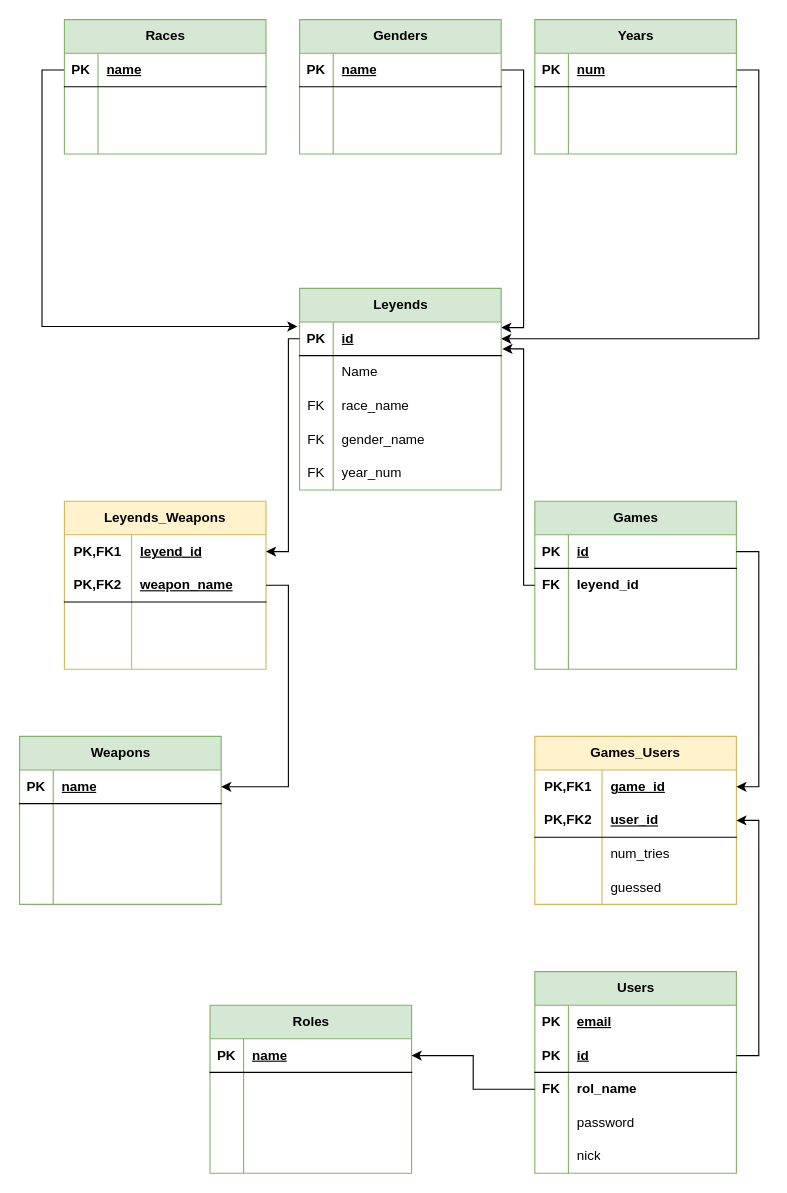
Before: SQL/Diagram/Relational-Model.drawio in Angel-L-G/Brawdle, a draw.io diagram. Source tidied: cells renumbered, new cells numbered last; positions are measured from the earlier drawing's top-left corner, leaving out a move shared by most shapes. Both pictures are drawn from the tidied source at 112%, with x=0, y=0 at pixel (19, 19).
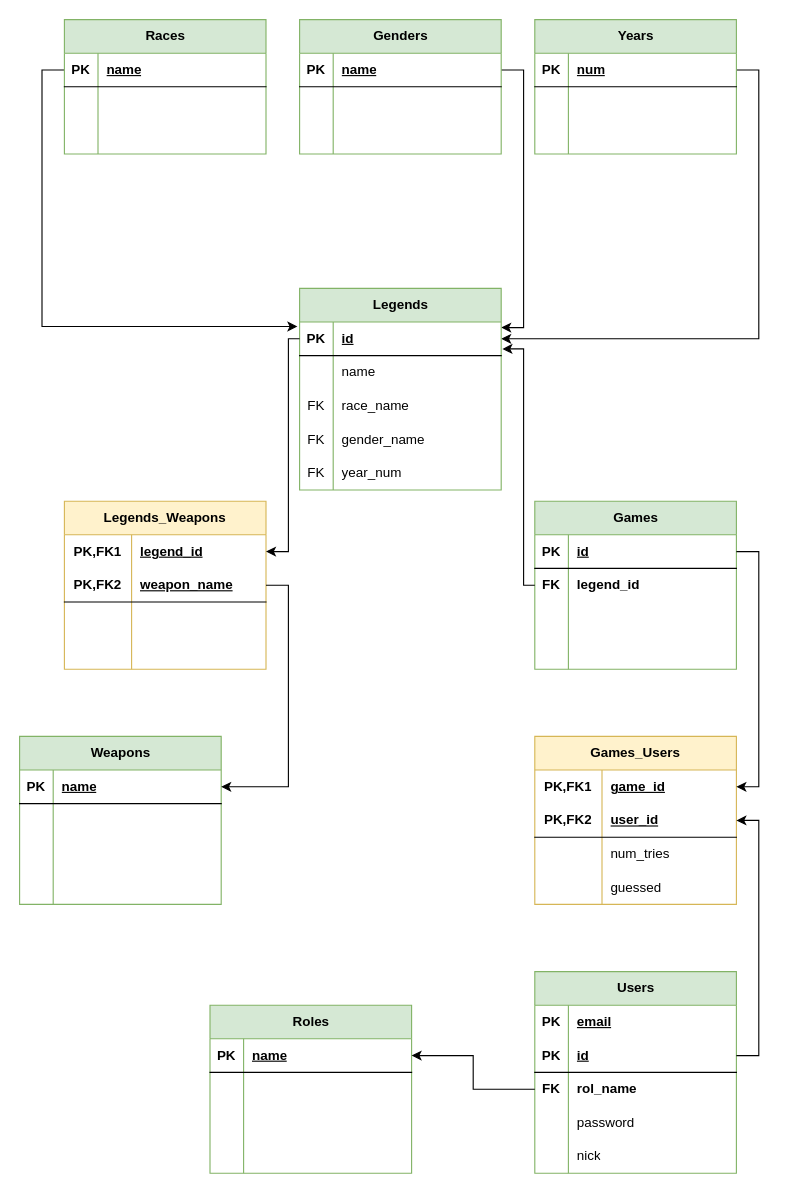
Above is the later version.

Commit message:
refactor: changed the name leyend to legend

Unchanged cells that the change refers to:
```xml
<mxCell id="14" style="shape=tableRow;horizontal=0;startSize=0;swimlaneHead=0;swimlaneBody=0;fillColor=none;points=[[0,0.5],[1,0.5]];portConstraint=eastwest;top=0;left=0;right=0;bottom=0;html=1;" parent="13" vertex="1">
  <mxGeometry y="30" width="180" height="30" as="geometry" />
</mxCell>
<mxCell id="52" style="shape=tableRow;horizontal=0;startSize=0;swimlaneHead=0;swimlaneBody=0;fillColor=none;top=0;left=0;right=0;bottom=0;" parent="48" vertex="1">
  <mxGeometry y="60" width="180" height="30" as="geometry" />
</mxCell>
<mxCell id="83" style="shape=tableRow;horizontal=0;startSize=0;swimlaneHead=0;swimlaneBody=0;fillColor=none;points=[[0,0.5],[1,0.5]];portConstraint=eastwest;top=0;left=0;right=0;bottom=0;" parent="79" vertex="1">
  <mxGeometry y="60" width="180" height="30" as="geometry" />
</mxCell>
```

Change to the diagram source:
```diff
@@
-    <mxCell id="13" value="Leyends_Weapons" style="shape=table;startSize=30;childLayout=tableLayout;rowLines=0;fontStyle=1;align=center;html=1;whiteSpace=wrap;fillColor=#fff2cc;strokeColor=#d6b656;" parent="1" vertex="1">
+    <mxCell id="13" value="Legends_Weapons" style="shape=table;startSize=30;childLayout=tableLayout;rowLines=0;fontStyle=1;align=center;html=1;whiteSpace=wrap;fillColor=#fff2cc;strokeColor=#d6b656;" parent="1" vertex="1">
       <mxGeometry x="40" y="430" width="180" height="150" as="geometry" />
     </mxCell>
@@
-    <mxCell id="16" value="&lt;b style=&quot;border-color: var(--border-color);&quot;&gt;leyend_id&lt;/b&gt;" style="shape=partialRectangle;fillColor=none;top=0;left=0;bottom=0;right=0;align=left;spacingLeft=6;fontStyle=5;overflow=hidden;html=1;whiteSpace=wrap;" parent="14" vertex="1">
+    <mxCell id="16" value="&lt;b style=&quot;border-color: var(--border-color);&quot;&gt;legend_id&lt;/b&gt;" style="shape=partialRectangle;fillColor=none;top=0;left=0;bottom=0;right=0;align=left;spacingLeft=6;fontStyle=5;overflow=hidden;html=1;whiteSpace=wrap;" parent="14" vertex="1">
       <mxGeometry x="60" width="120" height="30" as="geometry" />
     </mxCell>
@@
-    <mxCell id="48" value="Leyends" style="shape=table;startSize=30;childLayout=tableLayout;rowLines=0;fontStyle=1;align=center;html=1;fillColor=#d5e8d4;strokeColor=#82b366;" parent="1" vertex="1">
+    <mxCell id="48" value="Legends" style="shape=table;startSize=30;childLayout=tableLayout;rowLines=0;fontStyle=1;align=center;html=1;fillColor=#d5e8d4;strokeColor=#82b366;" parent="1" vertex="1">
       <mxGeometry x="250" y="240" width="180" height="180" as="geometry" />
     </mxCell>
@@
-    <mxCell id="54" value="Name" style="shape=partialRectangle;fillColor=none;top=0;left=0;bottom=0;right=0;align=left;spacingLeft=6;overflow=hidden;whiteSpace=wrap;html=1;" parent="52" vertex="1">
+    <mxCell id="54" value="name" style="shape=partialRectangle;fillColor=none;top=0;left=0;bottom=0;right=0;align=left;spacingLeft=6;overflow=hidden;whiteSpace=wrap;html=1;" parent="52" vertex="1">
       <mxGeometry x="30" width="150" height="30" as="geometry" />
     </mxCell>
@@
-    <mxCell id="85" value="&lt;b&gt;leyend_id&lt;/b&gt;" style="shape=partialRectangle;fillColor=none;top=0;left=0;bottom=0;right=0;align=left;spacingLeft=6;overflow=hidden;whiteSpace=wrap;html=1;" parent="83" vertex="1">
+    <mxCell id="85" value="&lt;b&gt;legend_id&lt;/b&gt;" style="shape=partialRectangle;fillColor=none;top=0;left=0;bottom=0;right=0;align=left;spacingLeft=6;overflow=hidden;whiteSpace=wrap;html=1;" parent="83" vertex="1">
       <mxGeometry x="30" width="150" height="30" as="geometry" />
     </mxCell>
```
